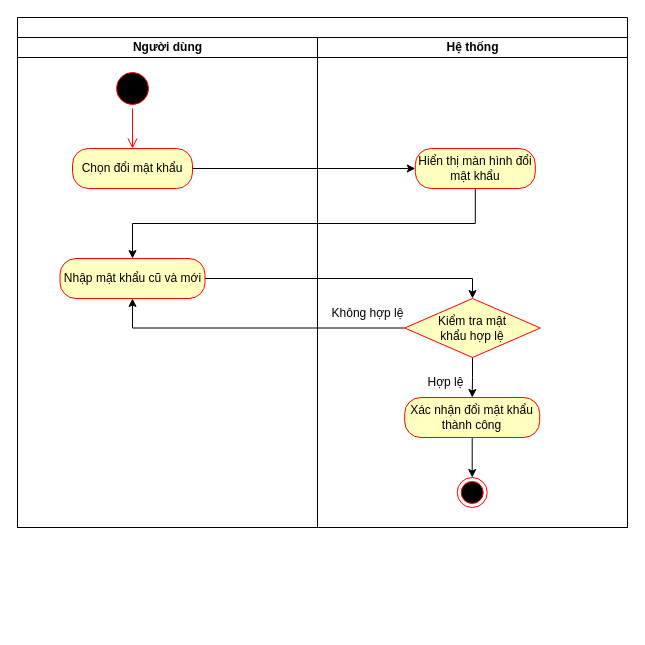
Earlier version of the draw.io diagram dangxuat.drawio (nhan-ntt/SE). Source tidied: cells renumbered, new cells numbered last; positions are measured from the earlier drawing's top-left corner, leaving out a move shared by most shapes. Both pictures are drawn from the tidied source at 100%, with x=0, y=0 at pixel (17, 17).
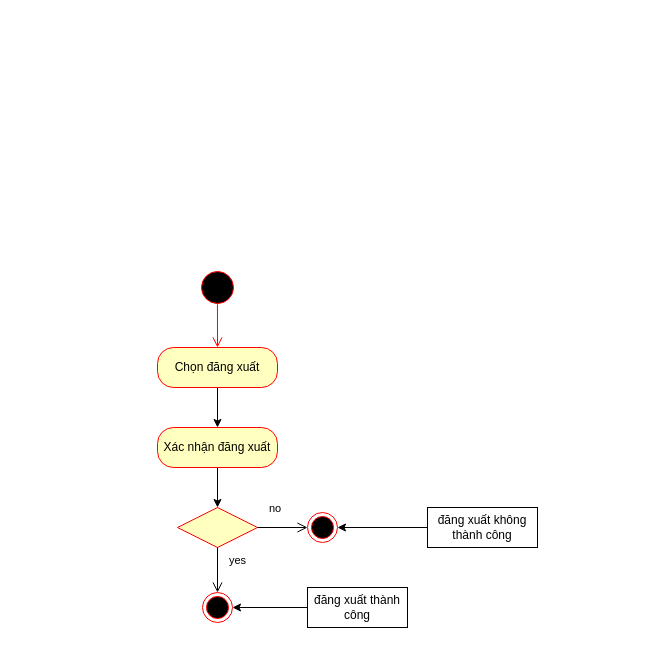
Above is the later version.

What changed in the source:
```diff
@@
-    <mxCell id="2" style="swimlane;startSize=20;html=1;" parent="1" vertex="1">
-      <mxGeometry width="610" height="510" as="geometry" />
-    </mxCell>
-    <mxCell id="3" value="Người dùng" style="swimlane;startSize=20;html=1;" parent="2" vertex="1">
-      <mxGeometry y="20" width="300" height="490" as="geometry" />
-    </mxCell>
-    <mxCell id="4" value="Hệ thống" style="swimlane;startSize=20;html=1;" parent="2" vertex="1">
-      <mxGeometry x="300" y="20" width="310" height="490" as="geometry" />
-    </mxCell>
-    <mxCell id="5" style="edgeStyle=orthogonalEdgeStyle;rounded=0;jettySize=auto;html=1;entryX=0.5;entryY=0;entryDx=0;entryDy=0;" parent="4" edge="1" source="12" target="14">
-      <mxGeometry relative="1" as="geometry" />
-    </mxCell>
-    <mxCell id="6" style="edgeStyle=orthogonalEdgeStyle;rounded=0;jettySize=auto;html=1;exitX=0;exitY=0.5;exitDx=0;exitDy=0;entryX=0.5;entryY=1;entryDx=0;entryDy=0;" parent="4" edge="1" source="14" target="12">
-      <mxGeometry relative="1" as="geometry" />
-    </mxCell>
-    <mxCell id="7" style="edgeStyle=orthogonalEdgeStyle;rounded=0;jettySize=auto;html=1;" parent="4" edge="1" source="11" target="19">
-      <mxGeometry relative="1" as="geometry" />
-    </mxCell>
-    <mxCell id="8" style="edgeStyle=orthogonalEdgeStyle;rounded=0;jettySize=auto;html=1;exitX=0.5;exitY=1;exitDx=0;exitDy=0;" parent="4" edge="1" source="19" target="12">
-      <mxGeometry relative="1" as="geometry" />
-    </mxCell>
-    <mxCell id="9" style="ellipse;html=1;shape=startState;fillColor=#000000;strokeColor=#ff0000;" parent="4" vertex="1">
-      <mxGeometry x="-205" y="31" width="40" height="40" as="geometry" />
-    </mxCell>
-    <mxCell id="10" style="edgeStyle=orthogonalEdgeStyle;html=1;verticalAlign=bottom;endArrow=open;endSize=8;strokeColor=#ff0000;rounded=0;entryX=0.5;entryY=0;entryDx=0;entryDy=0;" parent="4" edge="1" source="9" target="11">
-      <mxGeometry relative="1" as="geometry" />
-    </mxCell>
-    <mxCell id="11" value="Chọn đổi mật khẩu" style="rounded=1;whiteSpace=wrap;html=1;arcSize=40;fontColor=#000000;fillColor=#ffffc0;strokeColor=#ff0000;" parent="4" vertex="1">
-      <mxGeometry x="-245" y="111" width="120" height="40" as="geometry" />
-    </mxCell>
-    <mxCell id="12" value="Nhập mật khẩu cũ và mới" style="rounded=1;whiteSpace=wrap;html=1;arcSize=40;fontColor=#000000;fillColor=#ffffc0;strokeColor=#ff0000;" parent="4" vertex="1">
-      <mxGeometry x="-257.5" y="221" width="145" height="40" as="geometry" />
-    </mxCell>
-    <mxCell id="13" style="edgeStyle=orthogonalEdgeStyle;rounded=0;jettySize=auto;html=1;" parent="4" edge="1" source="14" target="16">
-      <mxGeometry relative="1" as="geometry" />
-    </mxCell>
-    <mxCell id="14" value="Kiểm tra mật &lt;br&gt;khẩu hợp lệ" style="rhombus;whiteSpace=wrap;html=1;fillColor=#ffffc0;strokeColor=#ff0000;fontColor=#000000;rounded=1;arcSize=0;" parent="4" vertex="1">
-      <mxGeometry x="87.2" y="261" width="135.6" height="59" as="geometry" />
-    </mxCell>
-    <mxCell id="15" style="edgeStyle=orthogonalEdgeStyle;rounded=0;jettySize=auto;html=1;exitX=0.5;exitY=1;exitDx=0;exitDy=0;entryX=0.5;entryY=0;entryDx=0;entryDy=0;" parent="4" edge="1" source="16" target="17">
-      <mxGeometry relative="1" as="geometry" />
-    </mxCell>
-    <mxCell id="16" value="Xác nhận đổi mật khẩu thành công" style="whiteSpace=wrap;html=1;fillColor=#ffffc0;strokeColor=#ff0000;fontColor=#000000;rounded=1;arcSize=40;" parent="4" vertex="1">
-      <mxGeometry x="87.2" y="360" width="135" height="40" as="geometry" />
-    </mxCell>
-    <mxCell id="17" style="ellipse;html=1;shape=endState;fillColor=#000000;strokeColor=#ff0000;" parent="4" vertex="1">
-      <mxGeometry x="139.7" y="440" width="30" height="30" as="geometry" />
-    </mxCell>
-    <mxCell id="18" value="Không hợp lệ" style="text;html=1;align=center;verticalAlign=middle;strokeColor=none;fillColor=none;" parent="4" vertex="1">
-      <mxGeometry y="261" width="100" height="30" as="geometry" />
-    </mxCell>
-    <mxCell id="19" value="Hiển thị màn hình đổi mật khẩu" style="rounded=1;whiteSpace=wrap;html=1;arcSize=40;fontColor=#000000;fillColor=#ffffc0;strokeColor=#ff0000;" parent="4" vertex="1">
-      <mxGeometry x="97.8" y="111" width="120" height="40" as="geometry" />
-    </mxCell>
-    <mxCell id="20" value="Hợp lệ" style="text;html=1;align=center;verticalAlign=middle;strokeColor=none;fillColor=none;" parent="4" vertex="1">
-      <mxGeometry x="97.8" y="330" width="60" height="30" as="geometry" />
-    </mxCell>
+    <mxCell id="21" style="ellipse;html=1;shape=startState;fillColor=#000000;strokeColor=#ff0000;" parent="1" vertex="1">
+      <mxGeometry x="180" y="250" width="40" height="40" as="geometry" />
+    </mxCell>
+    <mxCell id="22" style="edgeStyle=orthogonalEdgeStyle;html=1;verticalAlign=bottom;endArrow=open;endSize=8;strokeColor=#ff0000;rounded=0;entryX=0.5;entryY=0;entryDx=0;entryDy=0;exitX=0.499;exitY=0.92;exitDx=0;exitDy=0;exitPerimeter=0;" parent="1" edge="1" source="21" target="24">
+      <mxGeometry relative="1" as="geometry" />
+    </mxCell>
+    <mxCell id="23" style="edgeStyle=orthogonalEdgeStyle;rounded=0;jettySize=auto;html=1;" parent="1" edge="1" source="24" target="26">
+      <mxGeometry relative="1" as="geometry" />
+    </mxCell>
+    <mxCell id="24" value="Chọn đăng xuất" style="rounded=1;whiteSpace=wrap;html=1;arcSize=40;fontColor=#000000;fillColor=#ffffc0;strokeColor=#ff0000;" parent="1" vertex="1">
+      <mxGeometry x="140" y="330" width="120" height="40" as="geometry" />
+    </mxCell>
+    <mxCell id="25" style="edgeStyle=orthogonalEdgeStyle;rounded=0;jettySize=auto;html=1;" parent="1" edge="1" source="26" target="27">
+      <mxGeometry relative="1" as="geometry" />
+    </mxCell>
+    <mxCell id="26" value="Xác nhận đăng xuất" style="rounded=1;whiteSpace=wrap;html=1;arcSize=40;fontColor=#000000;fillColor=#ffffc0;strokeColor=#ff0000;" parent="1" vertex="1">
+      <mxGeometry x="140" y="410" width="120" height="40" as="geometry" />
+    </mxCell>
+    <mxCell id="27" style="rhombus;whiteSpace=wrap;html=1;fontColor=#000000;fillColor=#ffffc0;strokeColor=#ff0000;" parent="1" vertex="1">
+      <mxGeometry x="160" y="490" width="80" height="40" as="geometry" />
+    </mxCell>
+    <mxCell id="28" value="no" style="edgeStyle=orthogonalEdgeStyle;html=1;align=left;verticalAlign=bottom;endArrow=open;endSize=8;strokeColor=#000000;rounded=0;entryX=0;entryY=0.5;entryDx=0;entryDy=0;" parent="1" edge="1" source="27" target="31">
+      <mxGeometry x="-0.6" y="10" relative="1" as="geometry" />
+    </mxCell>
+    <mxCell id="29" value="yes" style="edgeStyle=orthogonalEdgeStyle;html=1;align=left;verticalAlign=top;endArrow=open;endSize=8;strokeColor=#000000;rounded=0;entryX=0.5;entryY=0;entryDx=0;entryDy=0;" parent="1" edge="1" source="27" target="30">
+      <mxGeometry x="-1" y="10" relative="1" as="geometry" />
+    </mxCell>
+    <mxCell id="30" style="ellipse;html=1;shape=endState;fillColor=#000000;strokeColor=#ff0000;" parent="1" vertex="1">
+      <mxGeometry x="185" y="575" width="30" height="30" as="geometry" />
+    </mxCell>
+    <mxCell id="31" style="ellipse;html=1;shape=endState;fillColor=#000000;strokeColor=#ff0000;" parent="1" vertex="1">
+      <mxGeometry x="290" y="495" width="30" height="30" as="geometry" />
+    </mxCell>
+    <mxCell id="32" style="edgeStyle=orthogonalEdgeStyle;rounded=0;jettySize=auto;html=1;" parent="1" edge="1" source="33" target="30">
+      <mxGeometry relative="1" as="geometry" />
+    </mxCell>
+    <mxCell id="33" value="đăng xuất thành công" style="html=1;whiteSpace=wrap;" parent="1" vertex="1">
+      <mxGeometry x="290" y="570" width="100" height="40" as="geometry" />
+    </mxCell>
+    <mxCell id="34" style="edgeStyle=orthogonalEdgeStyle;rounded=0;jettySize=auto;html=1;" parent="1" edge="1" source="35" target="31">
+      <mxGeometry relative="1" as="geometry" />
+    </mxCell>
+    <mxCell id="35" value="đăng xuất không thành công" style="html=1;whiteSpace=wrap;" parent="1" vertex="1">
+      <mxGeometry x="410" y="490" width="110" height="40" as="geometry" />
+    </mxCell>
```
